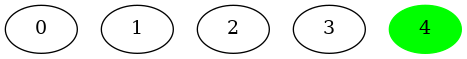
Above: algorithm_visualizer/src/save/tmp/ugraph.png in Les-Alchimistes-Labs/AlgorithmVisualizer (Graphviz), before the change. Its source is kept beside it as algorithm_visualizer/src/save/tmp/ugraph.dot. Source of this version:
```dot
graph ugraph {
n0 [label="0"]
n1 [label="1"]
n2 [label="2"]
n3 [label="3"]
n4 [label="4", style = filled , color = green ]
}
```
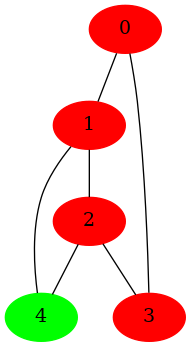
The same file after the commit.

Change to the diagram source:
```diff
@@ -1,7 +1,13 @@
 graph ugraph {
-n0 [label="0"]
-n1 [label="1"]
-n2 [label="2"]
-n3 [label="3"]
+n0 [label="0", style = filled , color = red ]
+n1 [label="1", style = filled , color = red ]
+n2 [label="2", style = filled , color = red ]
+n3 [label="3", style = filled , color = red ]
 n4 [label="4", style = filled , color = green ]
+n0 -- n1
+n0 -- n3
+n1 -- n2
+n1 -- n4
+n2 -- n3
+n2 -- n4
 }
```
